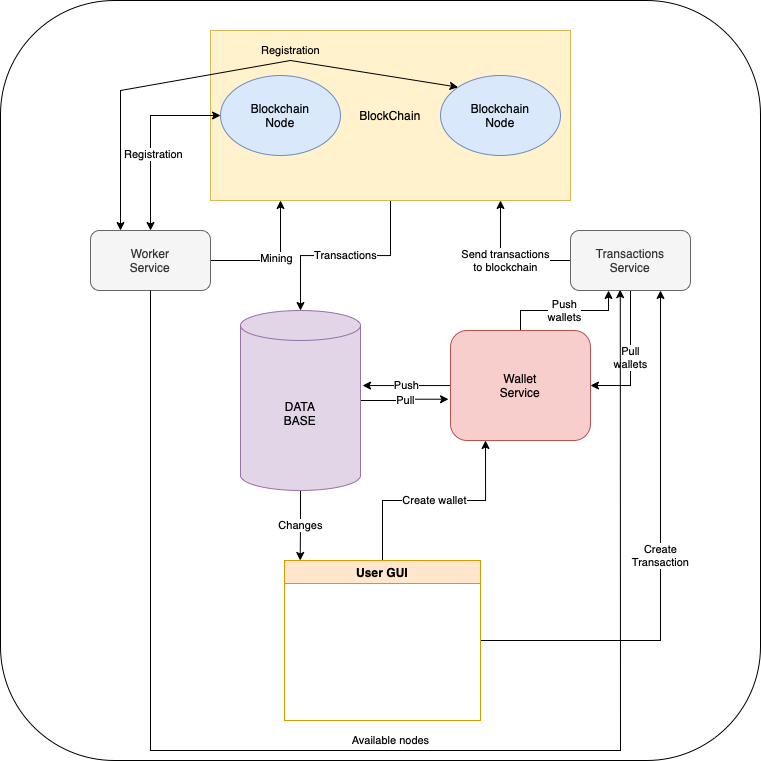
kndahl/blockchain keeps this draw.io diagram as docs/scheme.png. Above is the earlier version. Source tidied: cells renumbered, new cells last; positions are measured from the earlier drawing's top-left corner, leaving out a move shared by most shapes.
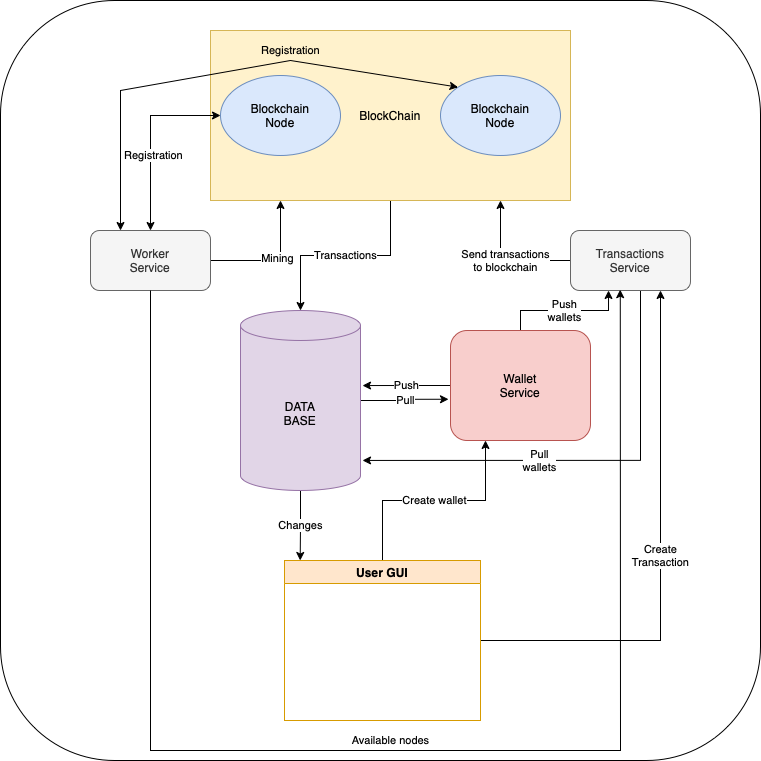
The same file after the commit.

The edit, as a diff of the source:
```diff
@@ -42,8 +42,12 @@
         <mxPoint x="500" y="200" as="targetPoint" />
       </mxGeometry>
     </mxCell>
-    <mxCell id="14" value="Pull&lt;br&gt;wallets" style="edgeStyle=orthogonalEdgeStyle;rounded=0;jettySize=auto;html=1;entryX=1;entryY=0.5;entryDx=0;entryDy=0;" parent="1" edge="1" source="15" target="18">
-      <mxGeometry relative="1" as="geometry" />
+    <mxCell id="14" value="Pull&lt;br&gt;wallets" style="edgeStyle=orthogonalEdgeStyle;rounded=0;jettySize=auto;html=1;entryX=1.017;entryY=0.833;entryDx=0;entryDy=0;entryPerimeter=0;" parent="1" edge="1" source="15" target="9">
+      <mxGeometry x="0.21" relative="1" as="geometry">
+        <Array as="points">
+          <mxPoint x="640" y="460" />
+        </Array>
+      </mxGeometry>
     </mxCell>
     <mxCell id="15" value="Transactions&lt;br&gt;Service" style="rounded=1;whiteSpace=wrap;html=1;fillColor=#f5f5f5;strokeColor=#666666;fontColor=#333333;" parent="1" vertex="1">
       <mxGeometry x="570" y="230" width="120" height="60" as="geometry" />
```
